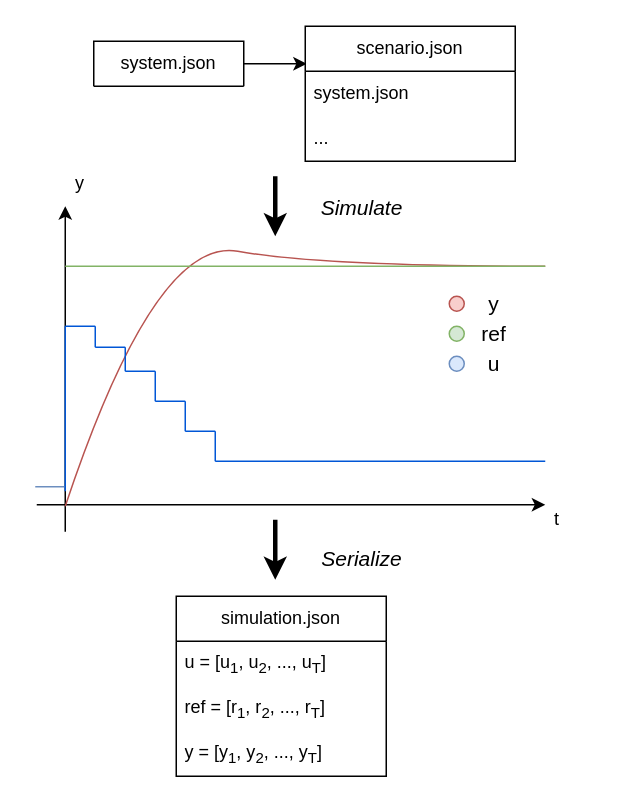
Earlier version of the draw.io diagram fig/flow.drawio (gotvinne/Light-weight-MPC). Source tidied: cells renumbered, new cells numbered last; positions are measured from the earlier drawing's top-left corner, leaving out a move shared by most shapes. Both pictures are drawn from the tidied source at 150%, with x=0, y=0 at pixel (34, 26).
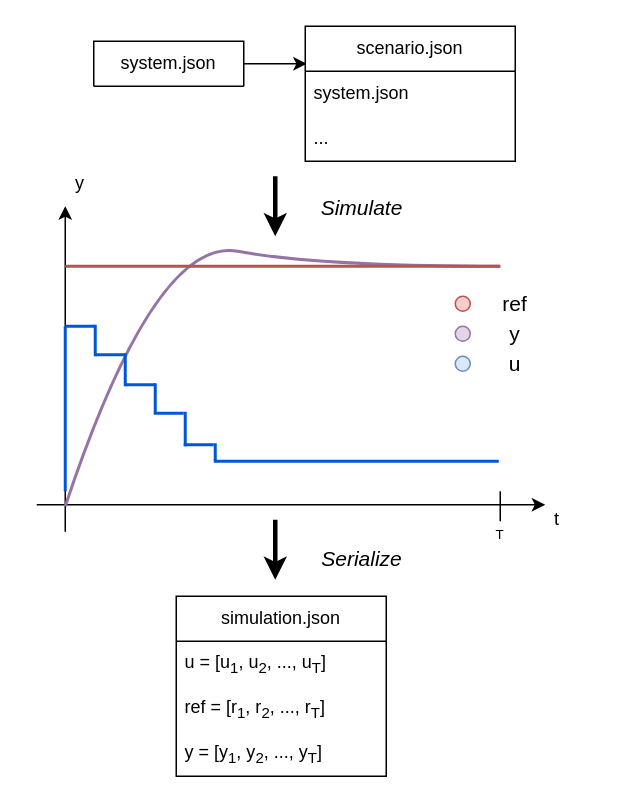
Above is the later version.

The edit, as a diff of the source:
```diff
@@
-    <mxCell id="6" style="endArrow=none;html=1;curved=1;fillColor=#f8cecc;strokeColor=#b85450;" parent="1" edge="1">
+    <mxCell id="6" style="endArrow=none;html=1;curved=1;fillColor=#e1d5e7;strokeColor=#9673a6;strokeWidth=2;" parent="1" edge="1">
       <mxGeometry relative="1" as="geometry">
         <mxPoint x="20" y="320" as="sourcePoint" />
-        <mxPoint x="340" y="160" as="targetPoint" />
+        <mxPoint x="310" y="160" as="targetPoint" />
         <Array as="points">
           <mxPoint x="80" y="140" />
           <mxPoint x="190" y="160" />
         </Array>
       </mxGeometry>
     </mxCell>
-    <mxCell id="7" style="endArrow=none;html=1;curved=1;fillColor=#dae8fc;strokeColor=#6c8ebf;" parent="1" edge="1">
-      <mxGeometry relative="1" as="geometry">
-        <mxPoint y="307" as="sourcePoint" />
-        <mxPoint x="20" y="307" as="targetPoint" />
-      </mxGeometry>
-    </mxCell>
-    <mxCell id="8" style="endArrow=none;html=1;curved=1;fillColor=#dae8fc;strokeColor=#0056d6;" parent="1" edge="1">
+    <mxCell id="8" style="endArrow=none;html=1;curved=1;fillColor=#dae8fc;strokeColor=#0056d6;strokeWidth=2;" parent="1" edge="1">
       <mxGeometry relative="1" as="geometry">
         <mxPoint x="20" y="310" as="sourcePoint" />
         <mxPoint x="20" y="200" as="targetPoint" />
       </mxGeometry>
     </mxCell>
-    <mxCell id="9" style="endArrow=none;html=1;curved=1;fillColor=#dae8fc;strokeColor=#0056d6;" parent="1" edge="1">
+    <mxCell id="9" style="endArrow=none;html=1;curved=1;fillColor=#dae8fc;strokeColor=#0056d6;strokeWidth=2;" parent="1" edge="1">
       <mxGeometry relative="1" as="geometry">
         <mxPoint x="40" y="200" as="sourcePoint" />
         <mxPoint x="20" y="200" as="targetPoint" />
       </mxGeometry>
     </mxCell>
-    <mxCell id="10" style="endArrow=none;html=1;curved=1;fillColor=#dae8fc;strokeColor=#0056d6;" parent="1" edge="1">
+    <mxCell id="10" style="endArrow=none;html=1;curved=1;fillColor=#dae8fc;strokeColor=#0056d6;strokeWidth=2;" parent="1" edge="1">
       <mxGeometry x="0.45" y="-10" relative="1" as="geometry">
-        <mxPoint x="40" y="214" as="sourcePoint" />
-        <mxPoint x="40" y="200" as="targetPoint" />
+        <mxPoint x="40" y="220" as="sourcePoint" />
+        <mxPoint x="40" y="199" as="targetPoint" />
       </mxGeometry>
     </mxCell>
-    <mxCell id="11" style="endArrow=none;html=1;curved=1;fillColor=#dae8fc;strokeColor=#0056d6;" parent="1" edge="1">
+    <mxCell id="11" style="endArrow=none;html=1;curved=1;fillColor=#dae8fc;strokeColor=#0056d6;strokeWidth=2;" parent="1" edge="1">
       <mxGeometry relative="1" as="geometry">
-        <mxPoint x="60" y="214" as="sourcePoint" />
-        <mxPoint x="40" y="214" as="targetPoint" />
+        <mxPoint x="60" y="219" as="sourcePoint" />
+        <mxPoint x="40" y="219" as="targetPoint" />
       </mxGeometry>
     </mxCell>
-    <mxCell id="12" style="endArrow=none;html=1;curved=1;fillColor=#dae8fc;strokeColor=#0056d6;" parent="1" edge="1">
+    <mxCell id="12" style="endArrow=none;html=1;curved=1;fillColor=#dae8fc;strokeColor=#0056d6;strokeWidth=2;" parent="1" edge="1">
       <mxGeometry relative="1" as="geometry">
-        <mxPoint x="60" y="230" as="sourcePoint" />
-        <mxPoint x="60" y="214" as="targetPoint" />
+        <mxPoint x="60" y="240" as="sourcePoint" />
+        <mxPoint x="60" y="218" as="targetPoint" />
       </mxGeometry>
     </mxCell>
-    <mxCell id="13" style="endArrow=none;html=1;curved=1;fillColor=#dae8fc;strokeColor=#0056d6;" parent="1" edge="1">
+    <mxCell id="13" style="endArrow=none;html=1;curved=1;fillColor=#dae8fc;strokeColor=#0056d6;strokeWidth=2;" parent="1" edge="1">
       <mxGeometry relative="1" as="geometry">
-        <mxPoint x="80" y="230" as="sourcePoint" />
-        <mxPoint x="60" y="230" as="targetPoint" />
+        <mxPoint x="80" y="239" as="sourcePoint" />
+        <mxPoint x="60" y="239" as="targetPoint" />
       </mxGeometry>
     </mxCell>
-    <mxCell id="14" style="endArrow=none;html=1;curved=1;fillColor=#dae8fc;strokeColor=#0056d6;" parent="1" edge="1">
+    <mxCell id="14" style="endArrow=none;html=1;curved=1;fillColor=#dae8fc;strokeColor=#0056d6;strokeWidth=2;" parent="1" edge="1">
       <mxGeometry relative="1" as="geometry">
-        <mxPoint x="100" y="270" as="sourcePoint" />
-        <mxPoint x="100" y="250" as="targetPoint" />
+        <mxPoint x="100" y="280" as="sourcePoint" />
+        <mxPoint x="100" y="257" as="targetPoint" />
       </mxGeometry>
     </mxCell>
-    <mxCell id="15" style="endArrow=none;html=1;curved=1;fillColor=#dae8fc;strokeColor=#0056d6;" parent="1" edge="1">
+    <mxCell id="15" style="endArrow=none;html=1;curved=1;fillColor=#dae8fc;strokeColor=#0056d6;strokeWidth=2;" parent="1" edge="1">
       <mxGeometry relative="1" as="geometry">
-        <mxPoint x="340" y="290" as="sourcePoint" />
-        <mxPoint x="120" y="290" as="targetPoint" />
+        <mxPoint x="309" y="290" as="sourcePoint" />
+        <mxPoint x="119" y="290" as="targetPoint" />
       </mxGeometry>
     </mxCell>
-    <mxCell id="16" style="endArrow=none;html=1;curved=1;fillColor=#dae8fc;strokeColor=#0056d6;" parent="1" edge="1">
+    <mxCell id="16" style="endArrow=none;html=1;curved=1;fillColor=#dae8fc;strokeColor=#0056d6;strokeWidth=2;" parent="1" edge="1">
       <mxGeometry relative="1" as="geometry">
-        <mxPoint x="80" y="250" as="sourcePoint" />
-        <mxPoint x="80" y="230" as="targetPoint" />
+        <mxPoint x="80" y="258" as="sourcePoint" />
+        <mxPoint x="80" y="238" as="targetPoint" />
       </mxGeometry>
     </mxCell>
-    <mxCell id="17" style="endArrow=none;html=1;curved=1;fillColor=#dae8fc;strokeColor=#0056d6;" parent="1" edge="1">
+    <mxCell id="17" style="endArrow=none;html=1;curved=1;fillColor=#dae8fc;strokeColor=#0056d6;strokeWidth=2;" parent="1" edge="1">
       <mxGeometry relative="1" as="geometry">
-        <mxPoint x="100" y="250" as="sourcePoint" />
-        <mxPoint x="80" y="250" as="targetPoint" />
+        <mxPoint x="99" y="258" as="sourcePoint" />
+        <mxPoint x="79" y="258" as="targetPoint" />
       </mxGeometry>
     </mxCell>
-    <mxCell id="18" style="endArrow=none;html=1;curved=1;fillColor=#dae8fc;strokeColor=#0056d6;" parent="1" edge="1">
+    <mxCell id="18" style="endArrow=none;html=1;curved=1;fillColor=#dae8fc;strokeColor=#0056d6;strokeWidth=2;" parent="1" edge="1">
       <mxGeometry relative="1" as="geometry">
-        <mxPoint x="120" y="270" as="sourcePoint" />
-        <mxPoint x="100" y="270" as="targetPoint" />
+        <mxPoint x="119" y="279" as="sourcePoint" />
+        <mxPoint x="99" y="279" as="targetPoint" />
       </mxGeometry>
     </mxCell>
-    <mxCell id="19" style="endArrow=none;html=1;curved=1;fillColor=#dae8fc;strokeColor=#0056d6;" parent="1" edge="1">
+    <mxCell id="19" style="endArrow=none;html=1;curved=1;fillColor=#dae8fc;strokeColor=#0056d6;strokeWidth=2;" parent="1" edge="1">
       <mxGeometry relative="1" as="geometry">
         <mxPoint x="120" y="290" as="sourcePoint" />
-        <mxPoint x="120" y="270" as="targetPoint" />
+        <mxPoint x="120" y="278" as="targetPoint" />
       </mxGeometry>
     </mxCell>
@@
-    <mxCell id="21" style="endArrow=none;html=1;strokeColor=#82b366;curved=1;fillColor=#d5e8d4;" parent="1" edge="1">
+    <mxCell id="21" style="endArrow=none;html=1;strokeColor=#b85450;curved=1;fillColor=#f8cecc;strokeWidth=2;" parent="1" edge="1">
       <mxGeometry relative="1" as="geometry">
         <mxPoint x="20" y="160" as="sourcePoint" />
-        <mxPoint x="340" y="160" as="targetPoint" />
+        <mxPoint x="310" y="160" as="targetPoint" />
       </mxGeometry>
     </mxCell>
@@
     <mxCell id="25" style="group;" parent="1" vertex="1">
-      <mxGeometry x="276" y="170" width="98" height="70" as="geometry" />
+      <mxGeometry x="280" y="170" width="98" height="70" as="geometry" />
     </mxCell>
@@
-    <mxCell id="27" style="ellipse;whiteSpace=wrap;html=1;fontSize=14;fillColor=#d5e8d4;strokeColor=#82b366;" parent="25" vertex="1">
+    <mxCell id="27" style="ellipse;whiteSpace=wrap;html=1;fontSize=14;fillColor=#e1d5e7;strokeColor=#9673a6;" parent="25" vertex="1">
       <mxGeometry y="30" width="10" height="10" as="geometry" />
     </mxCell>
@@
+    <mxCell id="30" value="ref" style="text;html=1;strokeColor=none;fillColor=none;align=center;verticalAlign=middle;whiteSpace=wrap;rounded=0;fontSize=14;" parent="25" vertex="1">
+      <mxGeometry x="10" width="60" height="30" as="geometry" />
+    </mxCell>
     <mxCell id="29" value="y" style="text;html=1;strokeColor=none;fillColor=none;align=center;verticalAlign=middle;whiteSpace=wrap;rounded=0;fontSize=14;" parent="25" vertex="1">
-      <mxGeometry width="60" height="30" as="geometry" />
+      <mxGeometry x="10" y="20" width="60" height="30" as="geometry" />
     </mxCell>
-    <mxCell id="30" value="ref" style="text;html=1;strokeColor=none;fillColor=none;align=center;verticalAlign=middle;whiteSpace=wrap;rounded=0;fontSize=14;" parent="25" vertex="1">
-      <mxGeometry y="20" width="60" height="30" as="geometry" />
-    </mxCell>
     <mxCell id="31" value="u" style="text;html=1;strokeColor=none;fillColor=none;align=center;verticalAlign=middle;whiteSpace=wrap;rounded=0;fontSize=14;" parent="25" vertex="1">
-      <mxGeometry y="40" width="60" height="30" as="geometry" />
+      <mxGeometry x="10" y="40" width="60" height="30" as="geometry" />
     </mxCell>
@@
+    <mxCell id="41" style="endArrow=none;html=1;rounded=0;" parent="1" edge="1">
+      <mxGeometry relative="1" as="geometry">
+        <mxPoint x="310" y="310" as="sourcePoint" />
+        <mxPoint x="310" y="330" as="targetPoint" />
+      </mxGeometry>
+    </mxCell>
+    <mxCell id="42" value="&lt;font style=&quot;font-size: 9px;&quot;&gt;T&lt;/font&gt;" style="text;html=1;strokeColor=none;fillColor=none;align=center;verticalAlign=middle;whiteSpace=wrap;rounded=0;" parent="1" vertex="1">
+      <mxGeometry x="290" y="328" width="40" height="20" as="geometry" />
+    </mxCell>
```
